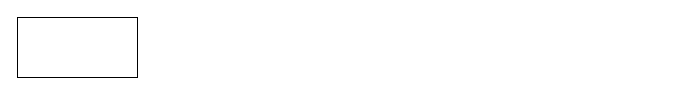
Earlier version of the draw.io diagram Untitled Diagram.drawio (AndyTomcat/process). Source tidied: cells renumbered, new cells numbered last; positions are measured from the earlier drawing's top-left corner, leaving out a move shared by most shapes. Both pictures are drawn from the tidied source at 100%, with x=0, y=0 at pixel (17, 17).
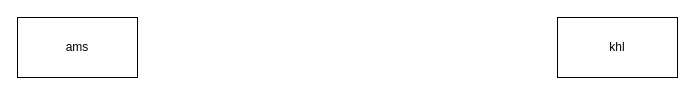
The same page after the edit.

Commit message:
ams_khl

What changed in the source:
```diff
@@
 <mxGraphModel>
   <root>
     <mxCell id="0" />
     <mxCell id="1" parent="0" />
-    <mxCell id="2" style="rounded=0;whiteSpace=wrap;html=1;" parent="1" vertex="1">
+    <mxCell id="2" value="ams" style="rounded=0;whiteSpace=wrap;html=1;" parent="1" vertex="1">
       <mxGeometry width="120" height="60" as="geometry" />
     </mxCell>
+    <mxCell id="3" value="khl" style="rounded=0;whiteSpace=wrap;html=1;" parent="1" vertex="1">
+      <mxGeometry x="540" width="120" height="60" as="geometry" />
+    </mxCell>
   </root>
 </mxGraphModel>
```
